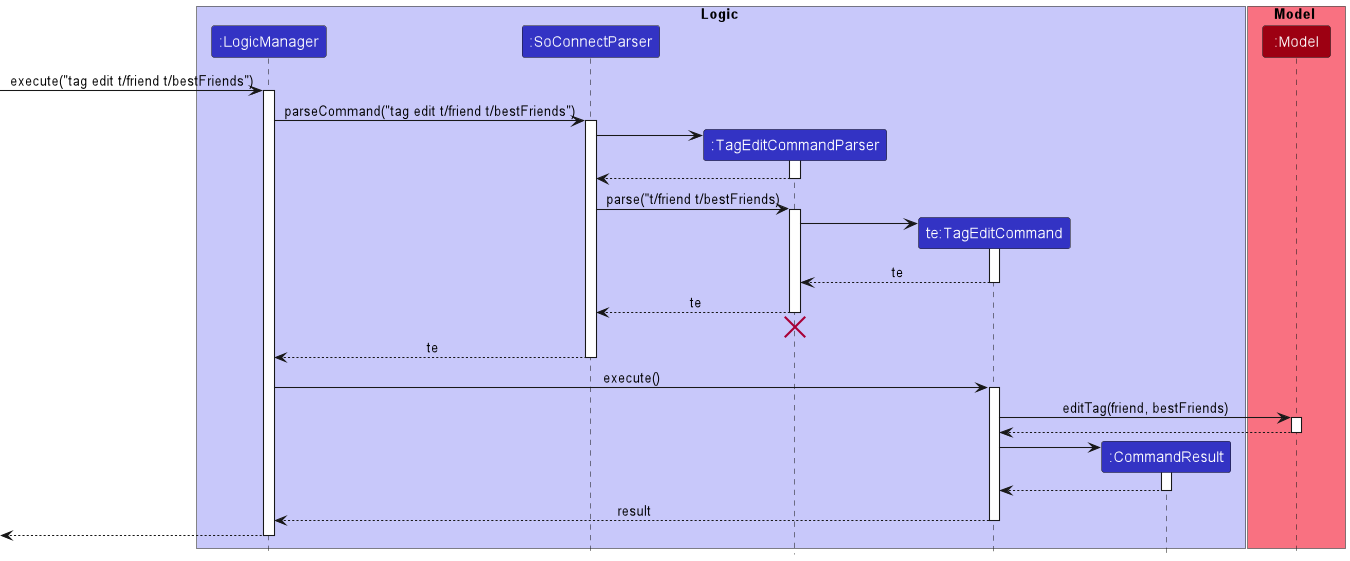
This is docs/images/TagEditSequenceDiagram.png from nus-cs2103-AY2223S1/tp, a PlantUML export, as it was before one commit. Source of this version:
```plantuml
@startuml
!include style.puml
scale 1600*561

box Logic LOGIC_COLOR_T1
participant ":LogicManager" as LogicManager LOGIC_COLOR
participant ":SoConnectParser" as SoConnectParser LOGIC_COLOR
participant ":TagEditCommandParser" as TagEditCommandParser LOGIC_COLOR
participant "te:TagEditCommand" as TagEditCommand LOGIC_COLOR
participant ":CommandResult" as CommandResult LOGIC_COLOR
end box

box Model MODEL_COLOR_T1
participant ":Model" as Model MODEL_COLOR
end box

[-> LogicManager : execute("tag edit t/friend t/bestFriends")
activate LogicManager

LogicManager -> SoConnectParser : parseCommand("tag edit t/friend t/bestFriends")
activate SoConnectParser

create TagEditCommandParser
SoConnectParser -> TagEditCommandParser
activate TagEditCommandParser

TagEditCommandParser --> SoConnectParser
deactivate TagEditCommandParser

SoConnectParser -> TagEditCommandParser : parse("t/friend t/bestFriends)
activate TagEditCommandParser

create TagEditCommand
TagEditCommandParser -> TagEditCommand
activate TagEditCommand

TagEditCommand --> TagEditCommandParser : te
deactivate TagEditCommand

TagEditCommandParser --> SoConnectParser : te
deactivate TagEditCommandParser
TagEditCommandParser -[hidden]-> SoConnectParser
destroy TagEditCommandParser

SoConnectParser --> LogicManager : te
deactivate SoConnectParser

LogicManager -> TagEditCommand : execute()
activate TagEditCommand

TagEditCommand -> Model : editTag(friend, bestFriends)
activate Model

Model --> TagEditCommand
deactivate Model

create CommandResult
TagEditCommand -> CommandResult
activate CommandResult

CommandResult --> TagEditCommand
deactivate CommandResult

TagEditCommand --> LogicManager : result
deactivate TagEditCommand

[<--LogicManager
deactivate LogicManager
@enduml
```
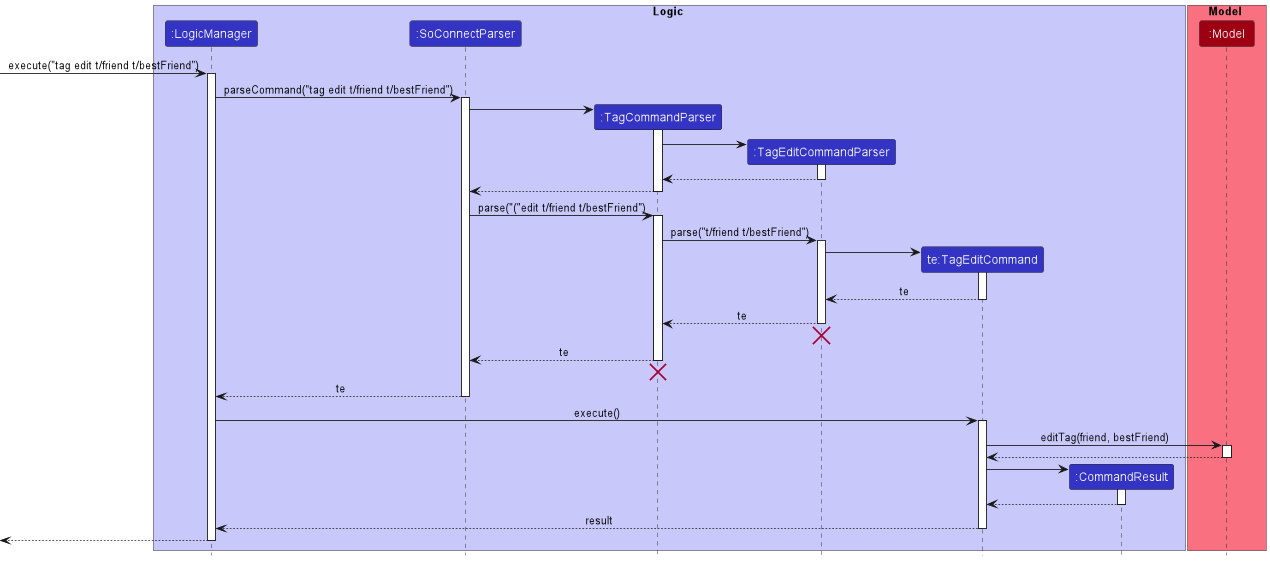
After the change.

The edit, as a diff of the source:
```diff
@@ -5,6 +5,7 @@
 box Logic LOGIC_COLOR_T1
 participant ":LogicManager" as LogicManager LOGIC_COLOR
 participant ":SoConnectParser" as SoConnectParser LOGIC_COLOR
+participant ":TagCommandParser" as TagCommandParser LOGIC_COLOR
 participant ":TagEditCommandParser" as TagEditCommandParser LOGIC_COLOR
 participant "te:TagEditCommand" as TagEditCommand LOGIC_COLOR
 participant ":CommandResult" as CommandResult LOGIC_COLOR
@@ -14,20 +15,30 @@
 participant ":Model" as Model MODEL_COLOR
 end box
 
-[-> LogicManager : execute("tag edit t/friend t/bestFriends")
+[-> LogicManager : execute("tag edit t/friend t/bestFriend")
 activate LogicManager
 
-LogicManager -> SoConnectParser : parseCommand("tag edit t/friend t/bestFriends")
+LogicManager -> SoConnectParser : parseCommand("tag edit t/friend t/bestFriend")
 activate SoConnectParser
 
+create TagCommandParser
+SoConnectParser -> TagCommandParser
+activate TagCommandParser
+
 create TagEditCommandParser
-SoConnectParser -> TagEditCommandParser
+TagCommandParser -> TagEditCommandParser
 activate TagEditCommandParser
 
-TagEditCommandParser --> SoConnectParser
+TagEditCommandParser --> TagCommandParser
 deactivate TagEditCommandParser
 
-SoConnectParser -> TagEditCommandParser : parse("t/friend t/bestFriends)
+TagCommandParser --> SoConnectParser
+deactivate TagCommandParser
+
+SoConnectParser -> TagCommandParser : parse("("edit t/friend t/bestFriend")
+activate TagCommandParser
+
+TagCommandParser -> TagEditCommandParser : parse("t/friend t/bestFriend")
 activate TagEditCommandParser
 
 create TagEditCommand
@@ -37,10 +48,15 @@
 TagEditCommand --> TagEditCommandParser : te
 deactivate TagEditCommand
 
-TagEditCommandParser --> SoConnectParser : te
+TagEditCommandParser --> TagCommandParser : te
 deactivate TagEditCommandParser
-TagEditCommandParser -[hidden]-> SoConnectParser
+TagEditCommandParser -[hidden]-> TagCommandParser
 destroy TagEditCommandParser
+
+TagCommandParser --> SoConnectParser : te
+deactivate TagCommandParser
+TagCommandParser -[hidden]-> SoConnectParser
+destroy TagCommandParser
 
 SoConnectParser --> LogicManager : te
 deactivate SoConnectParser
@@ -48,7 +64,7 @@
 LogicManager -> TagEditCommand : execute()
 activate TagEditCommand
 
-TagEditCommand -> Model : editTag(friend, bestFriends)
+TagEditCommand -> Model : editTag(friend, bestFriend)
 activate Model
 
 Model --> TagEditCommand
```
